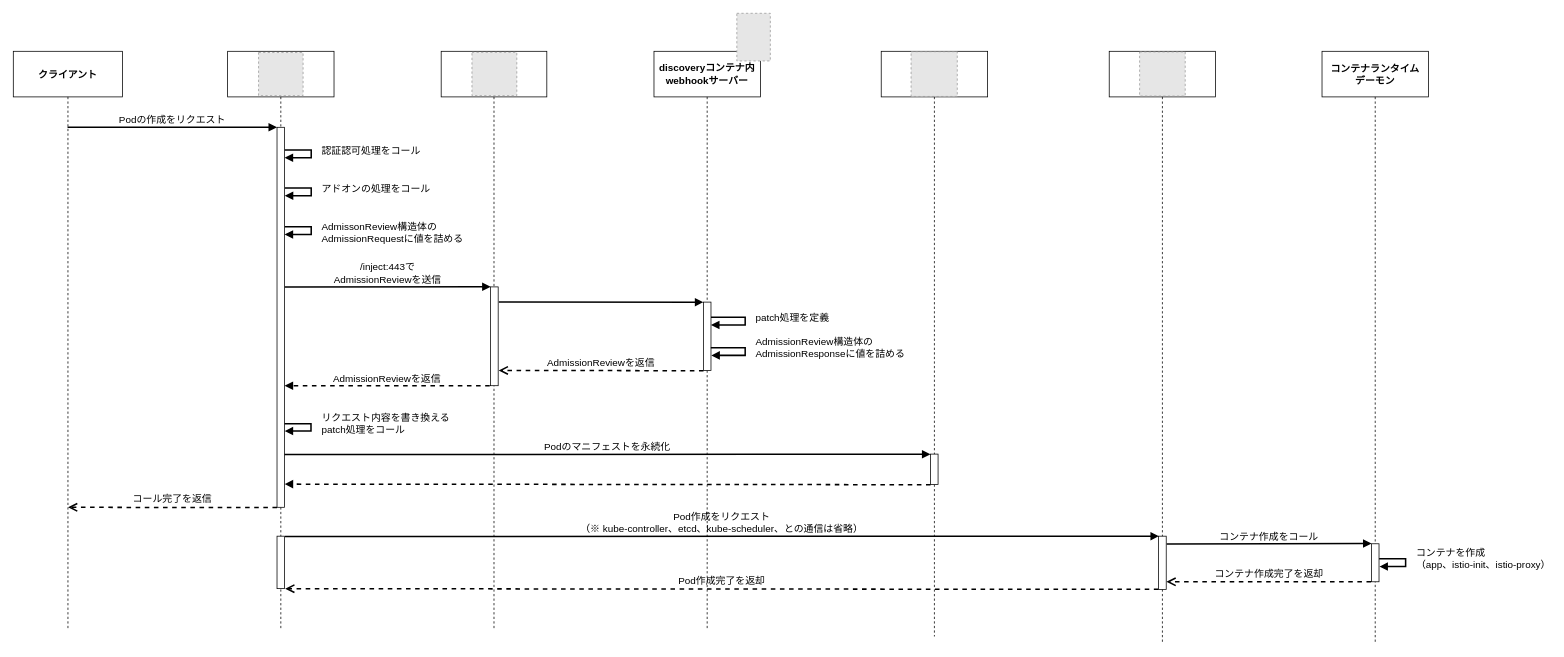
Before: page "Copy of istio_container-injection_flow" (6 of 6) of images/drawio/istio/service-mesh_layer.drawio in hiroki-it/tech-notebook_old, a draw.io diagram. Source tidied: cells renumbered, new cells numbered last; positions are measured from the earlier drawing's top-left corner, leaving out a move shared by most shapes. Both pictures are drawn from the tidied source at 76%, with x=0, y=0 at pixel (13, 13). Pictures stored in the file or linked from it are replaced by grey dashed boxes.
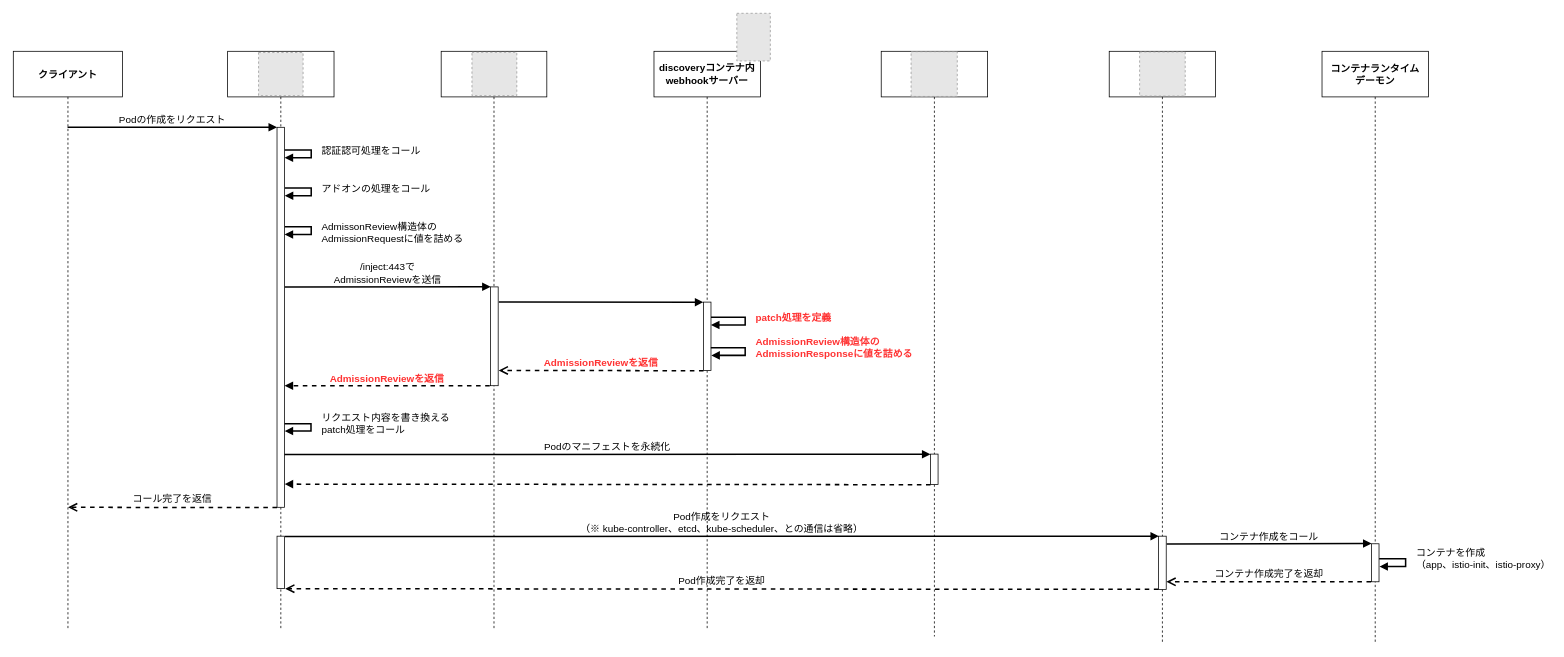
The same page after the edit.

Commit message (it also covers changes not shown here):
add 新しく画像を引用した．

The change refers to these unchanged cells:
```xml
<mxCell id="23" style="points=[];perimeter=orthogonalPerimeter;rounded=0;shadow=0;strokeWidth=1;labelBackgroundColor=none;fontSize=13;" parent="1" vertex="1">
  <mxGeometry x="628" y="360" width="10" height="130" as="geometry" />
</mxCell>
<mxCell id="24" style="points=[];perimeter=orthogonalPerimeter;rounded=0;shadow=0;strokeWidth=1;labelBackgroundColor=none;fontSize=13;" parent="1" vertex="1">
  <mxGeometry x="908" y="380" width="10" height="90" as="geometry" />
</mxCell>
```

Change to the diagram source:
```diff
@@
-    <mxCell id="15" value="AdmissionReviewを返信" style="html=1;verticalAlign=bottom;endArrow=open;dashed=1;endSize=8;rounded=0;exitX=0.02;exitY=1.003;exitDx=0;exitDy=0;exitPerimeter=0;entryX=1.064;entryY=0.846;entryDx=0;entryDy=0;entryPerimeter=0;labelBackgroundColor=none;fontColor=default;fontSize=13;strokeWidth=2;" parent="1" edge="1" source="24" target="23">
+    <mxCell id="15" value="&lt;b&gt;&lt;font color=&quot;#ff3333&quot;&gt;AdmissionReviewを返信&lt;/font&gt;&lt;/b&gt;" style="html=1;verticalAlign=bottom;endArrow=open;dashed=1;endSize=8;rounded=0;exitX=0.02;exitY=1.003;exitDx=0;exitDy=0;exitPerimeter=0;entryX=1.064;entryY=0.846;entryDx=0;entryDy=0;entryPerimeter=0;labelBackgroundColor=none;fontColor=default;fontSize=13;strokeWidth=2;" parent="1" edge="1" source="24" target="23">
       <mxGeometry relative="1" as="geometry" />
     </mxCell>
@@
-    <mxCell id="22" value="AdmissionReviewを返信" style="verticalAlign=bottom;endArrow=block;shadow=0;strokeWidth=2;exitX=-0.005;exitY=1;exitDx=0;exitDy=0;exitPerimeter=0;labelBackgroundColor=none;fontColor=default;fontSize=13;dashed=1;" parent="1" edge="1">
+    <mxCell id="22" value="AdmissionReviewを返信" style="verticalAlign=bottom;endArrow=block;shadow=0;strokeWidth=2;exitX=-0.005;exitY=1;exitDx=0;exitDy=0;exitPerimeter=0;labelBackgroundColor=none;fontColor=#FF3333;fontSize=13;dashed=1;fontStyle=1;" parent="1" edge="1">
       <mxGeometry relative="1" as="geometry">
         <mxPoint x="626.9" y="490" as="sourcePoint" />
         <mxPoint x="357" y="490" as="targetPoint" />
       </mxGeometry>
     </mxCell>
@@
-    <mxCell id="25" value="AdmissionReview構造体の&lt;br style=&quot;font-size: 13px;&quot;&gt;AdmissionResponseに値を詰める" style="edgeStyle=orthogonalEdgeStyle;html=1;align=left;spacingLeft=2;endArrow=block;rounded=0;entryX=1.048;entryY=0.779;entryDx=0;entryDy=0;entryPerimeter=0;exitX=0.981;exitY=0.668;exitDx=0;exitDy=0;exitPerimeter=0;labelBackgroundColor=none;fontColor=default;fontSize=13;strokeWidth=2;" parent="1" edge="1" source="24" target="24">
+    <mxCell id="25" value="&lt;b&gt;&lt;font color=&quot;#ff3333&quot;&gt;AdmissionReview構造体の&lt;br style=&quot;font-size: 13px;&quot;&gt;AdmissionResponseに値を詰める&lt;/font&gt;&lt;/b&gt;" style="edgeStyle=orthogonalEdgeStyle;html=1;align=left;spacingLeft=2;endArrow=block;rounded=0;entryX=1.048;entryY=0.779;entryDx=0;entryDy=0;entryPerimeter=0;exitX=0.981;exitY=0.668;exitDx=0;exitDy=0;exitPerimeter=0;labelBackgroundColor=none;fontColor=default;fontSize=13;strokeWidth=2;" parent="1" edge="1" source="24" target="24">
       <mxGeometry x="-0.09" y="10" relative="1" as="geometry">
         <Array as="points">
           <mxPoint x="963" y="440" />
           <mxPoint x="963" y="450" />
         </Array>
       </mxGeometry>
     </mxCell>
-    <mxCell id="26" value="patch処理を定義" style="edgeStyle=orthogonalEdgeStyle;html=1;align=left;spacingLeft=2;endArrow=block;rounded=0;labelBackgroundColor=none;fontColor=default;fontSize=13;strokeWidth=2;" parent="1" edge="1" source="24">
+    <mxCell id="26" value="&lt;b&gt;&lt;font color=&quot;#ff3333&quot;&gt;patch処理を定義&lt;/font&gt;&lt;/b&gt;" style="edgeStyle=orthogonalEdgeStyle;html=1;align=left;spacingLeft=2;endArrow=block;rounded=0;labelBackgroundColor=none;fontColor=default;fontSize=13;strokeWidth=2;" parent="1" edge="1" source="24">
       <mxGeometry x="-0.1" y="10" relative="1" as="geometry">
         <mxPoint x="918" y="410" as="targetPoint" />
         <Array as="points">
           <mxPoint x="963" y="400" />
           <mxPoint x="963" y="410" />
         </Array>
       </mxGeometry>
     </mxCell>
```
